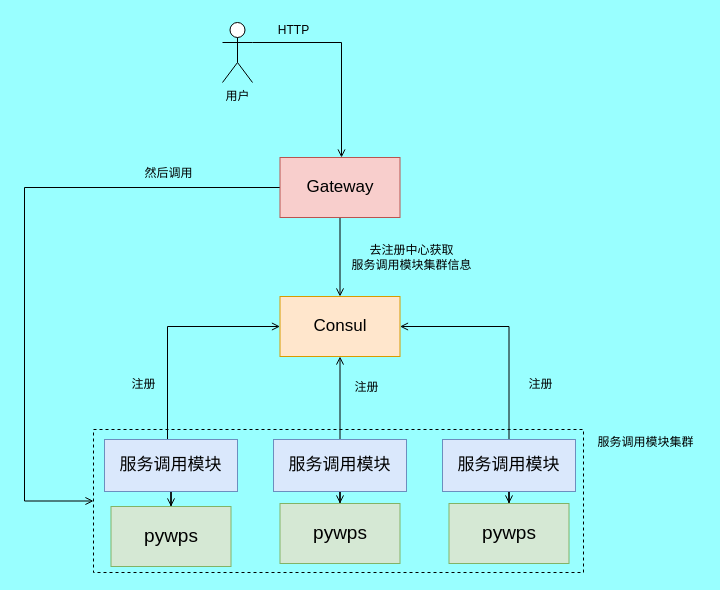
Before: docs/diagram/wps服务集群.dio in dgxz99/cloud-geo, a draw.io diagram. Source tidied: cells renumbered, new cells numbered last; positions are measured from the earlier drawing's top-left corner, leaving out a move shared by most shapes. Both pictures are drawn from the tidied source at 100%, with x=0, y=0 at pixel (24, 17).
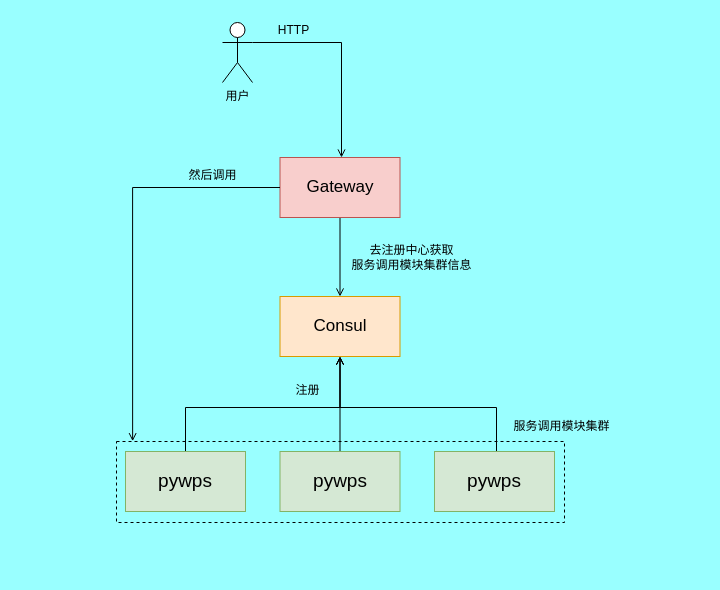
The same diagram, later.

The change refers to these unchanged cells:
```xml
<mxCell id="3" value="&lt;font style=&quot;font-size: 17px;&quot;&gt;Consul&lt;/font&gt;" style="rounded=0;whiteSpace=wrap;html=1;fillColor=#ffe6cc;strokeColor=#d79b00;" parent="1" vertex="1">
  <mxGeometry x="255.5" y="279" width="120" height="60" as="geometry" />
</mxCell>
<mxCell id="18" value="&lt;font style=&quot;font-size: 17px;&quot;&gt;Gateway&lt;/font&gt;" style="rounded=0;whiteSpace=wrap;html=1;fillColor=#f8cecc;strokeColor=#b85450;" parent="1" vertex="1">
  <mxGeometry x="255.5" y="140" width="120" height="60" as="geometry" />
</mxCell>
```

The edit, as a diff of the source:
```diff
@@
     <mxCell id="2" style="rounded=0;whiteSpace=wrap;html=1;fillColor=none;dashed=1;" parent="1" vertex="1">
-      <mxGeometry x="69" y="412" width="490" height="143" as="geometry" />
+      <mxGeometry x="92" y="424" width="448" height="81" as="geometry" />
     </mxCell>
@@
-    <mxCell id="4" style="edgeStyle=orthogonalEdgeStyle;rounded=0;jettySize=auto;html=1;endArrow=open;endFill=0;" parent="1" edge="1" source="6" target="3">
-      <mxGeometry relative="1" as="geometry">
-        <Array as="points">
-          <mxPoint x="143" y="309" />
-        </Array>
-      </mxGeometry>
-    </mxCell>
-    <mxCell id="5" style="edgeStyle=orthogonalEdgeStyle;rounded=0;jettySize=auto;html=1;strokeColor=default;align=center;verticalAlign=middle;fontFamily=Helvetica;fontSize=11;fontColor=default;labelBackgroundColor=default;endArrow=open;endFill=0;" parent="1" edge="1" source="6" target="24">
-      <mxGeometry relative="1" as="geometry" />
-    </mxCell>
-    <mxCell id="6" value="&lt;span style=&quot;font-size: 17px;&quot;&gt;服务调用模块&lt;/span&gt;" style="rounded=0;whiteSpace=wrap;html=1;fillColor=#dae8fc;strokeColor=#6c8ebf;" parent="1" vertex="1">
-      <mxGeometry x="80" y="422" width="133" height="52" as="geometry" />
-    </mxCell>
-    <mxCell id="7" style="edgeStyle=orthogonalEdgeStyle;rounded=0;jettySize=auto;html=1;endArrow=open;endFill=0;" parent="1" edge="1" source="9" target="3">
-      <mxGeometry relative="1" as="geometry" />
-    </mxCell>
-    <mxCell id="8" style="edgeStyle=orthogonalEdgeStyle;rounded=0;jettySize=auto;html=1;strokeColor=default;align=center;verticalAlign=middle;fontFamily=Helvetica;fontSize=11;fontColor=default;labelBackgroundColor=default;endArrow=open;endFill=0;" parent="1" edge="1" source="9" target="25">
-      <mxGeometry relative="1" as="geometry" />
-    </mxCell>
-    <mxCell id="9" value="&lt;span style=&quot;font-size: 17px;&quot;&gt;服务调用模块&lt;/span&gt;" style="rounded=0;whiteSpace=wrap;html=1;fillColor=#dae8fc;strokeColor=#6c8ebf;" parent="1" vertex="1">
-      <mxGeometry x="249" y="422" width="133" height="52" as="geometry" />
-    </mxCell>
-    <mxCell id="10" style="edgeStyle=orthogonalEdgeStyle;rounded=0;jettySize=auto;html=1;strokeColor=default;align=center;verticalAlign=middle;fontFamily=Helvetica;fontSize=11;fontColor=default;labelBackgroundColor=default;endArrow=open;endFill=0;" parent="1" edge="1" source="12" target="3">
-      <mxGeometry relative="1" as="geometry">
-        <Array as="points">
-          <mxPoint x="485" y="309" />
-        </Array>
-      </mxGeometry>
-    </mxCell>
-    <mxCell id="11" style="edgeStyle=orthogonalEdgeStyle;rounded=0;jettySize=auto;html=1;strokeColor=default;align=center;verticalAlign=middle;fontFamily=Helvetica;fontSize=11;fontColor=default;labelBackgroundColor=default;endArrow=open;endFill=0;" parent="1" edge="1" source="12" target="26">
-      <mxGeometry relative="1" as="geometry" />
-    </mxCell>
-    <mxCell id="12" value="&lt;span style=&quot;font-size: 17px;&quot;&gt;服务调用模块&lt;/span&gt;" style="rounded=0;whiteSpace=wrap;html=1;fillColor=#dae8fc;strokeColor=#6c8ebf;" parent="1" vertex="1">
-      <mxGeometry x="418" y="422" width="133" height="52" as="geometry" />
-    </mxCell>
     <mxCell id="13" value="注册" style="text;html=1;align=center;verticalAlign=middle;strokeColor=none;fillColor=none;" parent="1" vertex="1">
-      <mxGeometry x="96" y="352" width="46" height="29" as="geometry" />
+      <mxGeometry x="260" y="358" width="46" height="29" as="geometry" />
     </mxCell>
-    <mxCell id="14" value="注册" style="text;html=1;align=center;verticalAlign=middle;strokeColor=none;fillColor=none;" parent="1" vertex="1">
-      <mxGeometry x="319" y="355" width="46" height="29" as="geometry" />
-    </mxCell>
-    <mxCell id="15" value="注册" style="text;html=1;align=center;verticalAlign=middle;strokeColor=none;fillColor=none;" parent="1" vertex="1">
-      <mxGeometry x="493" y="352" width="46" height="29" as="geometry" />
-    </mxCell>
@@
-    <mxCell id="17" style="edgeStyle=orthogonalEdgeStyle;rounded=0;jettySize=auto;html=1;entryX=0;entryY=0.5;entryDx=0;entryDy=0;strokeColor=default;align=center;verticalAlign=middle;fontFamily=Helvetica;fontSize=11;fontColor=default;labelBackgroundColor=default;endArrow=open;endFill=0;" parent="1" edge="1" source="18" target="2">
-      <mxGeometry relative="1" as="geometry">
-        <Array as="points">
-          <mxPoint y="170" />
-          <mxPoint y="484" />
-          <mxPoint x="69" y="484" />
-        </Array>
-      </mxGeometry>
-    </mxCell>
@@
     <mxCell id="20" value="然后调用" style="text;html=1;align=center;verticalAlign=middle;strokeColor=none;fillColor=none;" parent="1" vertex="1">
-      <mxGeometry x="111" y="143" width="66" height="26" as="geometry" />
+      <mxGeometry x="155" y="145" width="66" height="26" as="geometry" />
     </mxCell>
@@
+    <mxCell id="28" style="edgeStyle=orthogonalEdgeStyle;rounded=0;jettySize=auto;html=1;entryX=0.5;entryY=1;entryDx=0;entryDy=0;endArrow=open;endFill=0;" parent="1" edge="1" source="24" target="3">
+      <mxGeometry relative="1" as="geometry">
+        <Array as="points">
+          <mxPoint x="161" y="390" />
+          <mxPoint x="316" y="390" />
+        </Array>
+      </mxGeometry>
+    </mxCell>
     <mxCell id="24" value="&lt;font style=&quot;font-size: 19px;&quot;&gt;pywps&lt;/font&gt;" style="rounded=0;whiteSpace=wrap;html=1;fillColor=#d5e8d4;strokeColor=#82b366;" parent="1" vertex="1">
-      <mxGeometry x="86.5" y="489" width="120" height="60" as="geometry" />
+      <mxGeometry x="101" y="434" width="120" height="60" as="geometry" />
     </mxCell>
+    <mxCell id="29" style="edgeStyle=orthogonalEdgeStyle;rounded=0;jettySize=auto;html=1;strokeColor=default;align=center;verticalAlign=middle;fontFamily=Helvetica;fontSize=11;fontColor=default;labelBackgroundColor=default;endArrow=open;endFill=0;" parent="1" edge="1" source="25" target="3">
+      <mxGeometry relative="1" as="geometry" />
+    </mxCell>
     <mxCell id="25" value="&lt;font style=&quot;font-size: 19px;&quot;&gt;pywps&lt;/font&gt;" style="rounded=0;whiteSpace=wrap;html=1;fillColor=#d5e8d4;strokeColor=#82b366;" parent="1" vertex="1">
-      <mxGeometry x="255.5" y="486" width="120" height="60" as="geometry" />
+      <mxGeometry x="255.5" y="434" width="120" height="60" as="geometry" />
     </mxCell>
+    <mxCell id="30" style="edgeStyle=orthogonalEdgeStyle;rounded=0;jettySize=auto;html=1;entryX=0.5;entryY=1;entryDx=0;entryDy=0;strokeColor=default;align=center;verticalAlign=middle;fontFamily=Helvetica;fontSize=11;fontColor=default;labelBackgroundColor=default;endArrow=open;endFill=0;" parent="1" edge="1" source="26" target="3">
+      <mxGeometry relative="1" as="geometry">
+        <Array as="points">
+          <mxPoint x="472" y="390" />
+          <mxPoint x="316" y="390" />
+        </Array>
+      </mxGeometry>
+    </mxCell>
     <mxCell id="26" value="&lt;font style=&quot;font-size: 19px;&quot;&gt;pywps&lt;/font&gt;" style="rounded=0;whiteSpace=wrap;html=1;fillColor=#d5e8d4;strokeColor=#82b366;" parent="1" vertex="1">
-      <mxGeometry x="424.5" y="486" width="120" height="60" as="geometry" />
+      <mxGeometry x="410" y="434" width="120" height="60" as="geometry" />
     </mxCell>
     <mxCell id="27" value="服务调用模块集群" style="text;html=1;align=center;verticalAlign=middle;strokeColor=none;fillColor=none;" parent="1" vertex="1">
-      <mxGeometry x="564" y="412" width="114" height="26" as="geometry" />
+      <mxGeometry x="480" y="396" width="114" height="26" as="geometry" />
     </mxCell>
+    <mxCell id="17" style="edgeStyle=orthogonalEdgeStyle;rounded=0;jettySize=auto;html=1;entryX=0.036;entryY=-0.004;entryDx=0;entryDy=0;entryPerimeter=0;strokeColor=default;align=center;verticalAlign=middle;fontFamily=Helvetica;fontSize=11;fontColor=default;labelBackgroundColor=default;endArrow=open;endFill=0;" parent="1" edge="1" source="18" target="2">
+      <mxGeometry relative="1" as="geometry">
+        <Array as="points">
+          <mxPoint x="108" y="170" />
+        </Array>
+      </mxGeometry>
+    </mxCell>
```
